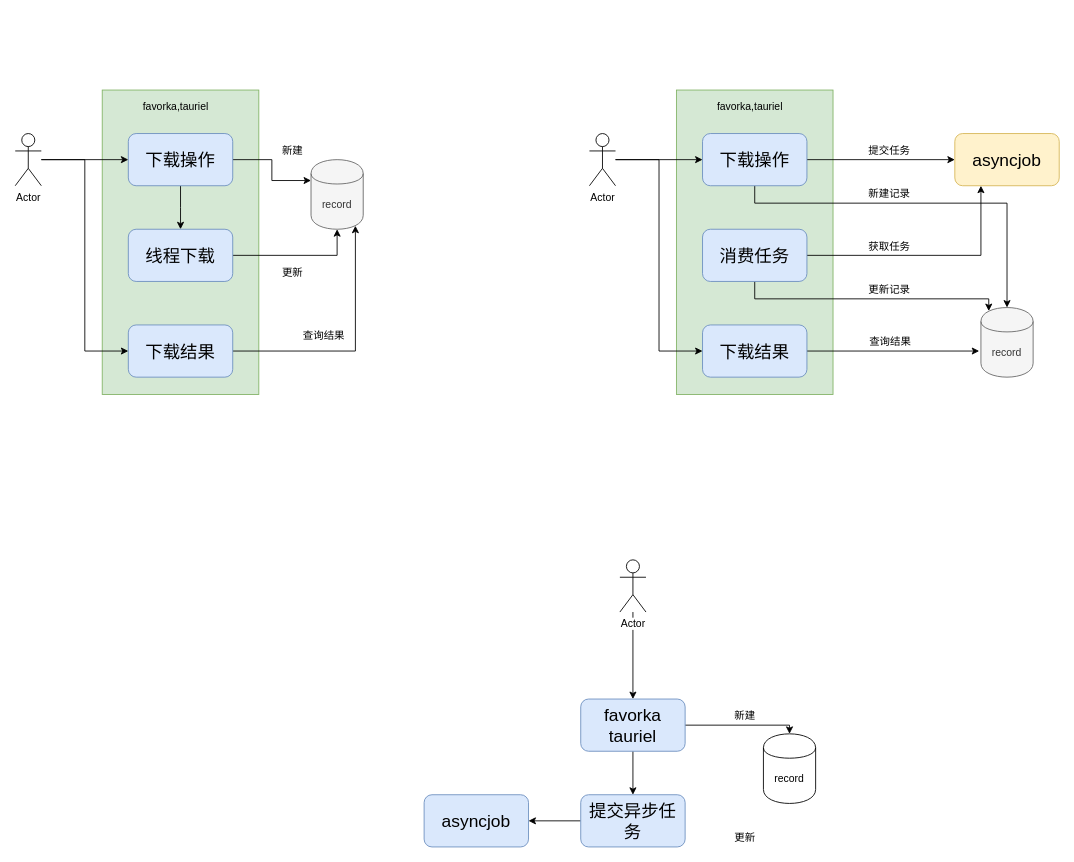
Earlier version of the draw.io diagram 新物料下载异步任务.drawio (effyroth/drawio2). Source tidied: cells renumbered, new cells numbered last; positions are measured from the earlier drawing's top-left corner, leaving out a move shared by most shapes. Both pictures are drawn from the tidied source at 87%, with x=0, y=0 at pixel (15, 90).
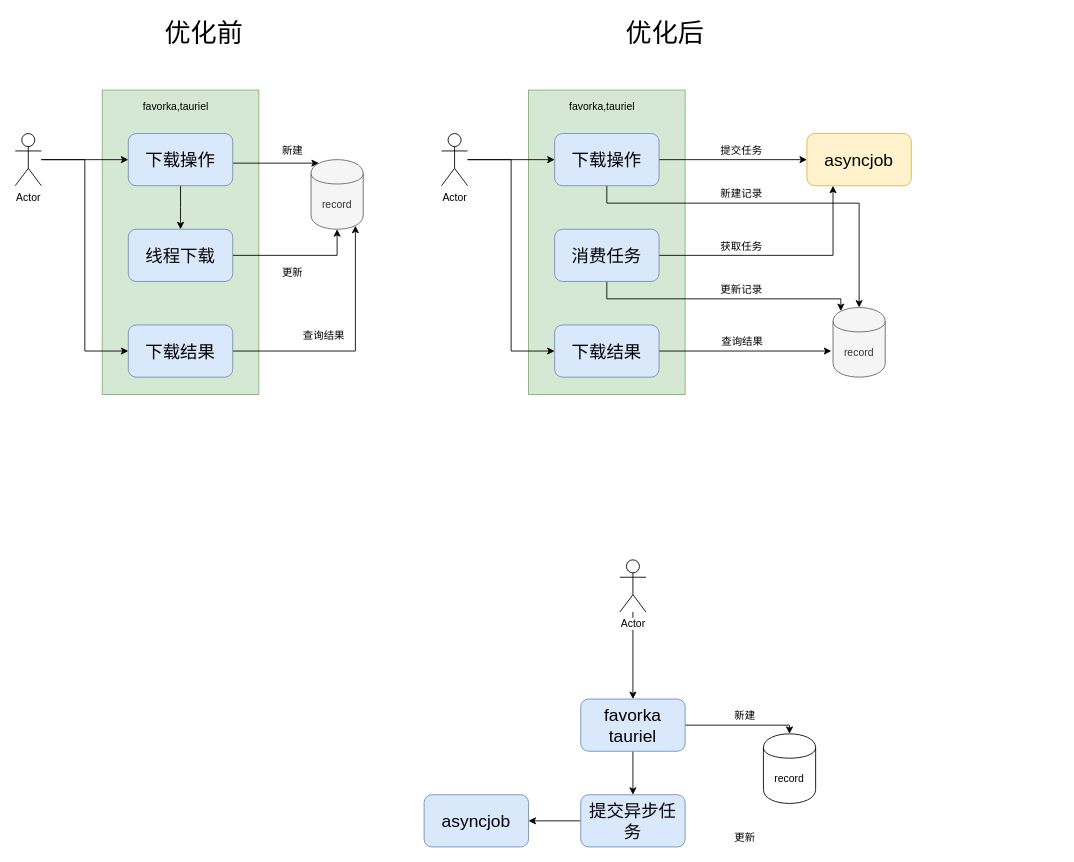
The same diagram, later.

Commit message (it also covers changes not shown here):
Update 新物料下载异步任务.drawio

The change refers to these unchanged cells:
```xml
<mxCell id="5" value="&lt;span style=&quot;font-size: 20px&quot;&gt;下载操作&lt;/span&gt;&lt;br&gt;" style="rounded=1;whiteSpace=wrap;html=1;fillColor=#dae8fc;strokeColor=#6c8ebf;" parent="1" vertex="1">
  <mxGeometry x="130" y="50" width="120" height="60" as="geometry" />
</mxCell>
<mxCell id="11" value="record" style="shape=cylinder;whiteSpace=wrap;html=1;boundedLbl=1;backgroundOutline=1;fillColor=#f5f5f5;strokeColor=#666666;fontColor=#333333;" parent="1" vertex="1">
  <mxGeometry x="340" y="80" width="60" height="80" as="geometry" />
</mxCell>
```

What changed in the source:
```diff
@@
-    <mxCell id="4" style="edgeStyle=orthogonalEdgeStyle;rounded=0;jettySize=auto;html=1;entryX=0;entryY=0.3;entryDx=0;entryDy=0;" parent="1" edge="1" source="5" target="11">
-      <mxGeometry relative="1" as="geometry" />
+    <mxCell id="4" style="edgeStyle=orthogonalEdgeStyle;rounded=0;jettySize=auto;html=1;entryX=0.15;entryY=0.05;entryDx=0;entryDy=0;entryPerimeter=0;" parent="1" edge="1" source="5" target="11">
+      <mxGeometry relative="1" as="geometry">
+        <Array as="points">
+          <mxPoint x="270" y="84" />
+          <mxPoint x="270" y="84" />
+        </Array>
+      </mxGeometry>
     </mxCell>
@@
     <mxCell id="29" style="rounded=0;whiteSpace=wrap;html=1;fillColor=#d5e8d4;strokeColor=#82b366;" parent="1" vertex="1">
-      <mxGeometry x="760" width="180" height="350" as="geometry" />
+      <mxGeometry x="590" width="180" height="350" as="geometry" />
     </mxCell>
@@
     <mxCell id="31" style="edgeStyle=orthogonalEdgeStyle;rounded=0;jettySize=auto;html=1;entryX=0.5;entryY=0;entryDx=0;entryDy=0;" parent="1" edge="1" source="32" target="39">
       <mxGeometry relative="1" as="geometry">
         <Array as="points">
-          <mxPoint x="850" y="130" />
-          <mxPoint x="1140" y="130" />
+          <mxPoint x="680" y="130" />
+          <mxPoint x="970" y="130" />
         </Array>
       </mxGeometry>
     </mxCell>
     <mxCell id="32" value="&lt;span style=&quot;font-size: 20px&quot;&gt;下载操作&lt;/span&gt;&lt;br&gt;" style="rounded=1;whiteSpace=wrap;html=1;fillColor=#dae8fc;strokeColor=#6c8ebf;" parent="1" vertex="1">
-      <mxGeometry x="790" y="50" width="120" height="60" as="geometry" />
+      <mxGeometry x="620" y="50" width="120" height="60" as="geometry" />
     </mxCell>
@@
     <mxCell id="35" value="Actor" style="shape=umlActor;verticalLabelPosition=bottom;labelBackgroundColor=#ffffff;verticalAlign=top;html=1;outlineConnect=0;" parent="1" vertex="1">
-      <mxGeometry x="660" y="50" width="30" height="60" as="geometry" />
+      <mxGeometry x="490" y="50" width="30" height="60" as="geometry" />
     </mxCell>
@@
     <mxCell id="37" style="edgeStyle=orthogonalEdgeStyle;rounded=0;jettySize=auto;html=1;entryX=0.15;entryY=0.05;entryDx=0;entryDy=0;entryPerimeter=0;" parent="1" edge="1" source="38" target="39">
       <mxGeometry relative="1" as="geometry">
         <Array as="points">
-          <mxPoint x="850" y="240" />
-          <mxPoint x="1119" y="240" />
+          <mxPoint x="680" y="240" />
+          <mxPoint x="949" y="240" />
         </Array>
       </mxGeometry>
     </mxCell>
     <mxCell id="38" value="&lt;span style=&quot;font-size: 20px&quot;&gt;消费任务&lt;/span&gt;&lt;br&gt;" style="rounded=1;whiteSpace=wrap;html=1;fillColor=#dae8fc;strokeColor=#6c8ebf;" parent="1" vertex="1">
-      <mxGeometry x="790" y="160" width="120" height="60" as="geometry" />
+      <mxGeometry x="620" y="160" width="120" height="60" as="geometry" />
     </mxCell>
     <mxCell id="39" value="record" style="shape=cylinder;whiteSpace=wrap;html=1;boundedLbl=1;backgroundOutline=1;fillColor=#f5f5f5;strokeColor=#666666;fontColor=#333333;" parent="1" vertex="1">
-      <mxGeometry x="1110" y="250" width="60" height="80" as="geometry" />
+      <mxGeometry x="940" y="250" width="60" height="80" as="geometry" />
     </mxCell>
     <mxCell id="40" value="新建记录" style="text;html=1;align=left;verticalAlign=top;spacingTop=-4;" parent="1" vertex="1">
-      <mxGeometry x="979" y="110" width="60" height="20" as="geometry" />
+      <mxGeometry x="809" y="110" width="60" height="20" as="geometry" />
     </mxCell>
     <mxCell id="41" value="获取任务" style="text;html=1;align=left;verticalAlign=top;spacingTop=-4;" parent="1" vertex="1">
-      <mxGeometry x="979" y="170" width="60" height="20" as="geometry" />
+      <mxGeometry x="809" y="170" width="60" height="20" as="geometry" />
     </mxCell>
@@
     <mxCell id="43" value="&lt;span style=&quot;font-size: 20px&quot;&gt;下载结果&lt;/span&gt;&lt;br&gt;" style="rounded=1;whiteSpace=wrap;html=1;fillColor=#dae8fc;strokeColor=#6c8ebf;" parent="1" vertex="1">
-      <mxGeometry x="790" y="270" width="120" height="60" as="geometry" />
+      <mxGeometry x="620" y="270" width="120" height="60" as="geometry" />
     </mxCell>
     <mxCell id="44" value="favorka,tauriel" style="text;html=1;align=left;verticalAlign=top;spacingTop=-4;" parent="1" vertex="1">
-      <mxGeometry x="805" y="9" width="90" height="20" as="geometry" />
+      <mxGeometry x="635" y="9" width="90" height="20" as="geometry" />
     </mxCell>
     <mxCell id="45" value="查询结果" style="text;html=1;align=left;verticalAlign=top;spacingTop=-4;" parent="1" vertex="1">
-      <mxGeometry x="980" y="280" width="60" height="20" as="geometry" />
+      <mxGeometry x="810" y="280" width="60" height="20" as="geometry" />
     </mxCell>
     <mxCell id="46" value="&lt;span style=&quot;font-size: 20px&quot;&gt;asyncjob&lt;/span&gt;&lt;br&gt;" style="rounded=1;whiteSpace=wrap;html=1;fillColor=#fff2cc;strokeColor=#d6b656;" parent="1" vertex="1">
-      <mxGeometry x="1080" y="50" width="120" height="60" as="geometry" />
+      <mxGeometry x="910" y="50" width="120" height="60" as="geometry" />
     </mxCell>
     <mxCell id="47" value="提交任务" style="text;html=1;align=left;verticalAlign=top;spacingTop=-4;" parent="1" vertex="1">
-      <mxGeometry x="979" y="60" width="60" height="20" as="geometry" />
+      <mxGeometry x="809" y="60" width="60" height="20" as="geometry" />
     </mxCell>
     <mxCell id="48" value="更新记录" style="text;html=1;align=left;verticalAlign=top;spacingTop=-4;" parent="1" vertex="1">
-      <mxGeometry x="979" y="220" width="60" height="20" as="geometry" />
+      <mxGeometry x="809" y="220" width="60" height="20" as="geometry" />
     </mxCell>
+    <mxCell id="49" value="&lt;font style=&quot;font-size: 30px&quot;&gt;优化前&lt;/font&gt;" style="text;html=1;align=left;verticalAlign=top;spacingTop=-4;" parent="1" vertex="1">
+      <mxGeometry x="170" y="-86" width="110" height="20" as="geometry" />
+    </mxCell>
+    <mxCell id="50" value="&lt;font style=&quot;font-size: 30px&quot;&gt;优化后&lt;/font&gt;" style="text;html=1;align=left;verticalAlign=top;spacingTop=-4;" parent="1" vertex="1">
+      <mxGeometry x="700" y="-86" width="110" height="20" as="geometry" />
+    </mxCell>
```
